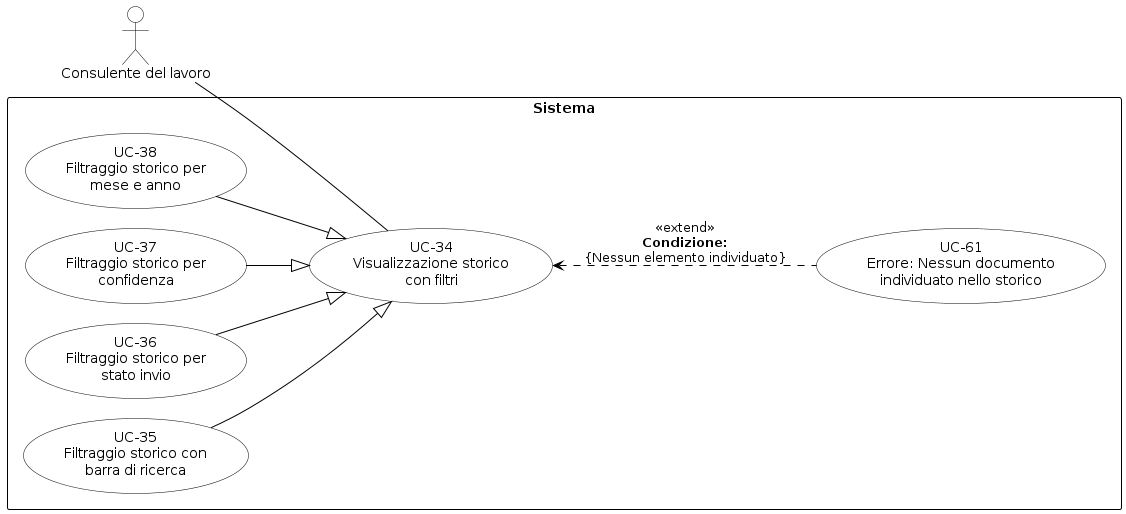
Before: RTB/Analisi dei Requisiti/diagrammi_use_case/UC-34.png, a diagram exported from PlantUML (aLittleByte-19/Documentazione).
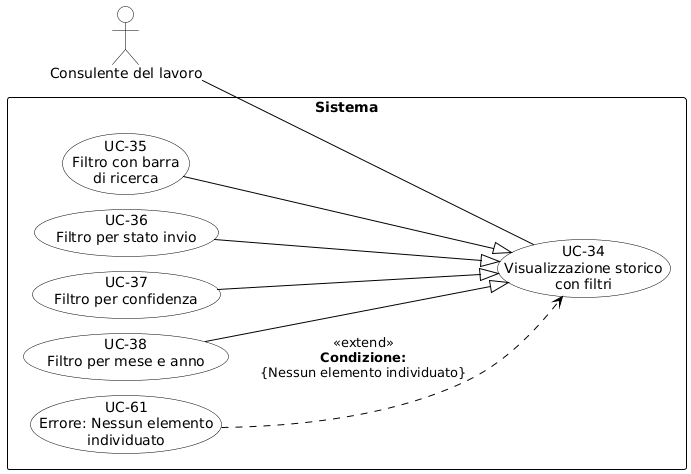
The same file after the commit.

What changed in the source:
```diff
@@ -1,9 +1,11 @@
 @startuml
 skinparam shadowing false
 skinparam defaultFontName Arial
+
 left to right direction
-skinparam nodesep 20
+
 skinparam ranksep 60
+skinparam nodesep 15
 
 skinparam usecase {
     BackgroundColor white
@@ -19,25 +21,25 @@
     FontStyle bold
 }
 
-actor "Consulente del lavoro" as CL
+actor "Consulente del lavoro" as C
 
 rectangle "Sistema" {
     usecase "UC-34\nVisualizzazione storico\ncon filtri" as UC34
 
-    usecase "UC-35\nFiltraggio storico con\nbarra di ricerca" as UC35
-    usecase "UC-36\nFiltraggio storico per\nstato invio" as UC36
-    usecase "UC-37\nFiltraggio storico per\nconfidenza" as UC37
-    usecase "UC-38\nFiltraggio storico per\nmese e anno" as UC38
+    usecase "UC-35\nFiltro con barra\ndi ricerca" as UC35
+    usecase "UC-36\nFiltro per stato invio" as UC36
+    usecase "UC-37\nFiltro per confidenza" as UC37
+    usecase "UC-38\nFiltro per mese e anno" as UC38
 
-    usecase "UC-61\nErrore: Nessun documento\nindividuato nello storico" as UC61
+    usecase "UC-61\nErrore: Nessun elemento\nindividuato" as UC61
 
     UC35 --|> UC34
     UC36 --|> UC34
     UC37 --|> UC34
     UC38 --|> UC34
 
-    UC61 .up.> UC34 : <<extend>>\n**Condizione:**\n{Nessun elemento individuato}
+    UC61 ..> UC34 : <<extend>>\n**Condizione:**\n{Nessun elemento individuato}
 }
 
-CL -- UC34
+C -- UC34
 @enduml
```
